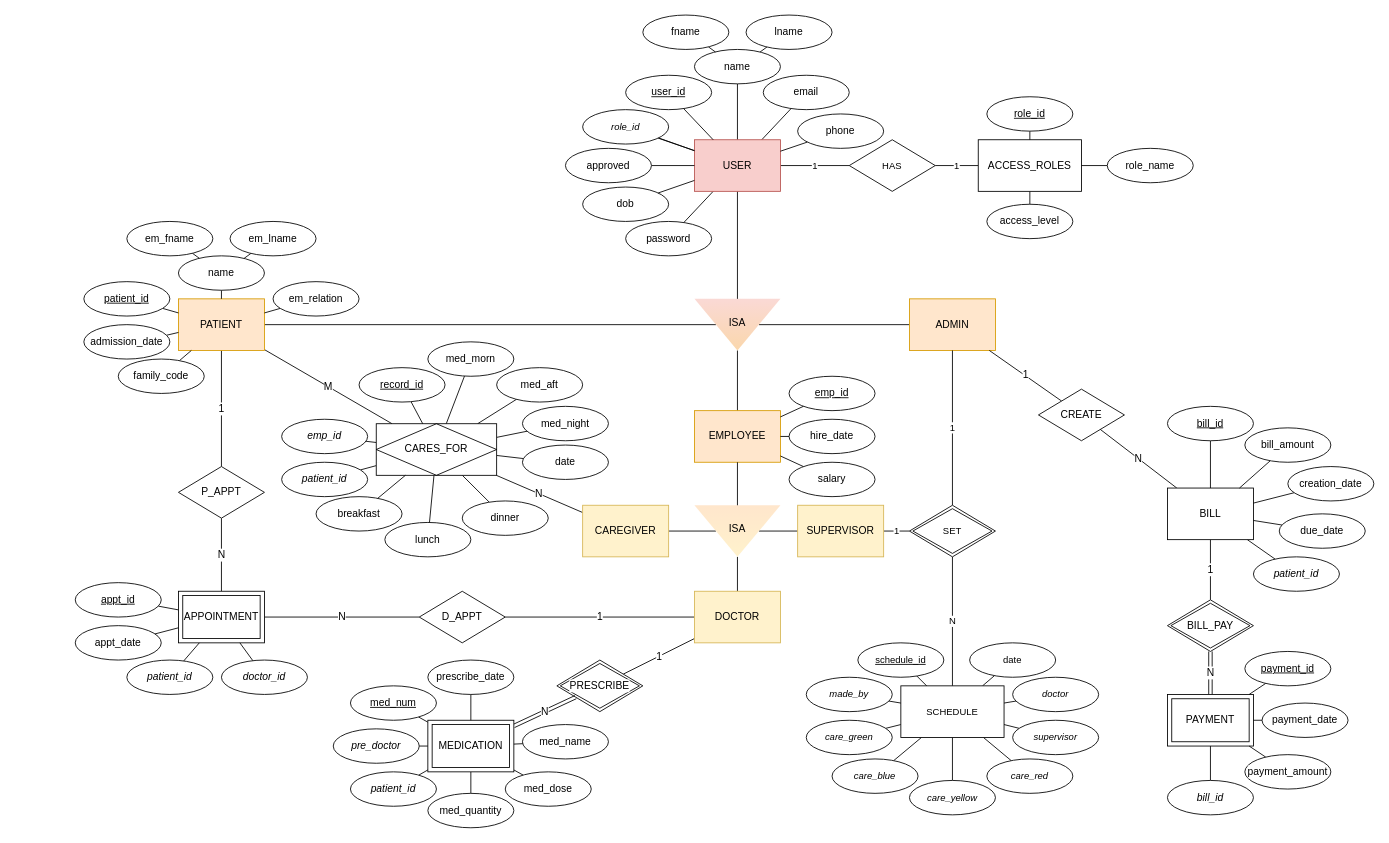
Before: page "Page-1" (1 of 2) of ERD.drawio in emott13/aegis, a draw.io diagram. Source tidied: cells renumbered, new cells numbered last; positions are measured from the earlier drawing's top-left corner, leaving out a move shared by most shapes. Both pictures are drawn from the tidied source at 86%, with x=0, y=0 at pixel (75, 15).
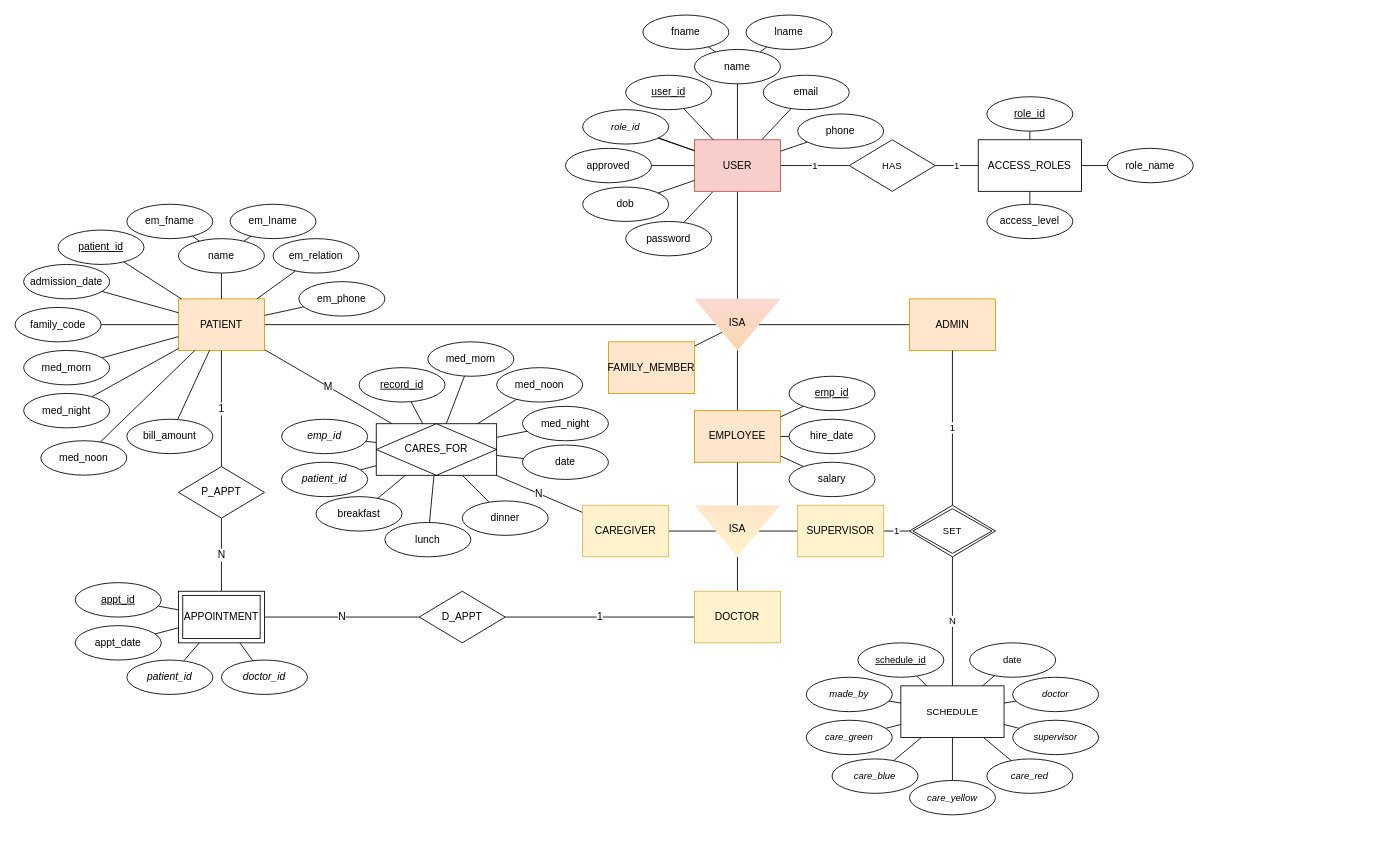
After the change.

Commit message (it also covers changes not shown here):
removed MEDICATION, BILL, and PAYMENT tables due to smaller scale of project

The change refers to these unchanged cells:
```xml
<mxCell id="5" value="ISA" style="triangle;whiteSpace=wrap;html=1;direction=south;spacingBottom=4;fillColor=#fad9d5;gradientDirection=east;strokeColor=none;gradientColor=#FAD7AC;" parent="1" vertex="1">
  <mxGeometry x="720" y="330" width="100" height="60" as="geometry" />
</mxCell>
<mxCell id="6" value="ADMIN" style="whiteSpace=wrap;html=1;align=center;fillColor=#ffe6cc;strokeColor=#d79b00;" parent="1" vertex="1">
  <mxGeometry x="970" y="330" width="100" height="60" as="geometry" />
</mxCell>
<mxCell id="13" value="DOCTOR" style="whiteSpace=wrap;html=1;align=center;fillColor=#fff2cc;strokeColor=#d6b656;" parent="1" vertex="1">
  <mxGeometry x="720" y="670" width="100" height="60" as="geometry" />
</mxCell>
<mxCell id="74" value="PATIENT" style="whiteSpace=wrap;html=1;align=center;fillColor=#ffe6cc;strokeColor=#d79b00;" parent="1" vertex="1">
  <mxGeometry x="120" y="330" width="100" height="60" as="geometry" />
</mxCell>
```

The edit, as a diff of the source:
```diff
@@
+    <mxCell id="177" style="edgeStyle=none;shape=connector;rounded=1;html=1;strokeColor=default;align=center;verticalAlign=middle;fontFamily=Helvetica;fontSize=11;fontColor=default;labelBackgroundColor=default;endArrow=none;endFill=0;" parent="1" edge="1" source="5" target="184">
+      <mxGeometry relative="1" as="geometry" />
+    </mxCell>
@@
-    <mxCell id="12" value="1" style="edgeStyle=none;shape=connector;rounded=0;jettySize=auto;html=1;strokeColor=default;align=center;verticalAlign=middle;fontFamily=Helvetica;fontSize=12;fontColor=default;labelBackgroundColor=default;endArrow=none;endFill=0;" parent="1" edge="1" source="13" target="26">
-      <mxGeometry relative="1" as="geometry" />
-    </mxCell>
@@
-    <mxCell id="16" value="1" style="edgeStyle=none;shape=connector;rounded=0;jettySize=auto;html=1;strokeColor=default;align=center;verticalAlign=middle;fontFamily=Helvetica;fontSize=12;fontColor=default;labelBackgroundColor=default;endArrow=none;endFill=0;" parent="1" edge="1" source="6" target="20">
-      <mxGeometry relative="1" as="geometry" />
-    </mxCell>
@@
-    <mxCell id="20" value="CREATE" style="shape=rhombus;perimeter=rhombusPerimeter;whiteSpace=wrap;html=1;align=center;strokeColor=default;verticalAlign=middle;fontFamily=Helvetica;fontSize=12;fontColor=default;fillColor=default;" parent="1" vertex="1">
-      <mxGeometry x="1120" y="435" width="100" height="60" as="geometry" />
-    </mxCell>
@@
-    <mxCell id="26" value="PRESCRIBE" style="shape=rhombus;double=1;perimeter=rhombusPerimeter;whiteSpace=wrap;html=1;align=center;strokeColor=default;verticalAlign=middle;fontFamily=Helvetica;fontSize=12;fontColor=default;labelBackgroundColor=default;fillColor=default;" parent="1" vertex="1">
-      <mxGeometry x="560" y="750" width="100" height="60" as="geometry" />
-    </mxCell>
-    <mxCell id="27" value="N" style="edgeStyle=none;shape=link;rounded=0;jettySize=auto;html=1;strokeColor=default;align=center;verticalAlign=middle;fontFamily=Helvetica;fontSize=12;fontColor=default;labelBackgroundColor=default;endArrow=none;endFill=0;" parent="1" edge="1" source="118" target="26">
-      <mxGeometry relative="1" as="geometry" />
-    </mxCell>
-    <mxCell id="28" value="1" style="edgeStyle=none;shape=connector;rounded=0;jettySize=auto;html=1;strokeColor=default;align=center;verticalAlign=middle;fontFamily=Helvetica;fontSize=12;fontColor=default;labelBackgroundColor=default;endArrow=none;endFill=0;" parent="1" edge="1" source="30" target="132">
-      <mxGeometry relative="1" as="geometry" />
-    </mxCell>
-    <mxCell id="29" value="N" style="edgeStyle=none;shape=link;rounded=0;jettySize=auto;html=1;strokeColor=default;align=center;verticalAlign=middle;fontFamily=Helvetica;fontSize=12;fontColor=default;labelBackgroundColor=default;endArrow=none;endFill=0;" parent="1" edge="1" source="30" target="86">
-      <mxGeometry relative="1" as="geometry" />
-    </mxCell>
-    <mxCell id="30" value="BILL_PAY" style="shape=rhombus;double=1;perimeter=rhombusPerimeter;whiteSpace=wrap;html=1;align=center;strokeColor=default;verticalAlign=middle;fontFamily=Helvetica;fontSize=12;fontColor=default;labelBackgroundColor=default;fillColor=default;" parent="1" vertex="1">
-      <mxGeometry x="1270" y="680" width="100" height="60" as="geometry" />
-    </mxCell>
@@
-    <mxCell id="45" value="med_aft" style="ellipse;whiteSpace=wrap;html=1;align=center;" parent="1" vertex="1">
+    <mxCell id="45" value="med_noon" style="ellipse;whiteSpace=wrap;html=1;align=center;" parent="1" vertex="1">
       <mxGeometry x="490" y="410" width="100" height="40" as="geometry" />
     </mxCell>
@@
     <mxCell id="76" value="family_code" style="ellipse;whiteSpace=wrap;html=1;align=center;strokeColor=default;verticalAlign=middle;fontFamily=Helvetica;fontSize=12;fontColor=default;labelBackgroundColor=default;fillColor=default;" parent="1" vertex="1">
-      <mxGeometry x="50" y="400" width="100" height="40" as="geometry" />
+      <mxGeometry x="-70" y="340" width="100" height="40" as="geometry" />
     </mxCell>
@@
     <mxCell id="78" value="em_fname" style="ellipse;whiteSpace=wrap;html=1;align=center;strokeColor=default;verticalAlign=middle;fontFamily=Helvetica;fontSize=12;fontColor=default;labelBackgroundColor=default;fillColor=default;" parent="1" vertex="1">
-      <mxGeometry x="60" y="240" width="100" height="40" as="geometry" />
+      <mxGeometry x="60" y="220" width="100" height="40" as="geometry" />
     </mxCell>
@@
     <mxCell id="80" value="em_relation" style="ellipse;whiteSpace=wrap;html=1;align=center;strokeColor=default;verticalAlign=middle;fontFamily=Helvetica;fontSize=12;fontColor=default;labelBackgroundColor=default;fillColor=default;" parent="1" vertex="1">
-      <mxGeometry x="230" y="310" width="100" height="40" as="geometry" />
+      <mxGeometry x="230" y="260" width="100" height="40" as="geometry" />
     </mxCell>
@@
     <mxCell id="82" value="patient_id" style="ellipse;whiteSpace=wrap;html=1;align=center;strokeColor=default;verticalAlign=middle;fontFamily=Helvetica;fontSize=12;fontColor=default;labelBackgroundColor=default;fillColor=default;fontStyle=4;" parent="1" vertex="1">
-      <mxGeometry x="10" y="310" width="100" height="40" as="geometry" />
+      <mxGeometry x="-20" y="250" width="100" height="40" as="geometry" />
     </mxCell>
@@
     <mxCell id="84" value="admission_date" style="ellipse;whiteSpace=wrap;html=1;align=center;strokeColor=default;verticalAlign=middle;fontFamily=Helvetica;fontSize=12;fontColor=default;labelBackgroundColor=default;fillColor=default;" parent="1" vertex="1">
-      <mxGeometry x="10" y="360" width="100" height="40" as="geometry" />
+      <mxGeometry x="-60" y="290" width="100" height="40" as="geometry" />
     </mxCell>
     <mxCell id="85" value="em_lname" style="ellipse;whiteSpace=wrap;html=1;align=center;strokeColor=default;verticalAlign=middle;fontFamily=Helvetica;fontSize=12;fontColor=default;labelBackgroundColor=default;fillColor=default;" parent="1" vertex="1">
-      <mxGeometry x="180" y="240" width="100" height="40" as="geometry" />
+      <mxGeometry x="180" y="220" width="100" height="40" as="geometry" />
     </mxCell>
-    <mxCell id="86" value="PAYMENT" style="shape=ext;margin=3;double=1;whiteSpace=wrap;html=1;align=center;strokeColor=default;verticalAlign=middle;fontFamily=Helvetica;fontSize=12;fontColor=default;labelBackgroundColor=default;fillColor=default;" parent="1" vertex="1">
-      <mxGeometry x="1270" y="790" width="100" height="60" as="geometry" />
-    </mxCell>
-    <mxCell id="87" style="edgeStyle=none;shape=connector;rounded=1;html=1;strokeColor=default;align=center;verticalAlign=middle;fontFamily=Helvetica;fontSize=11;fontColor=default;labelBackgroundColor=default;endArrow=none;endFill=0;" parent="1" edge="1" source="88" target="86">
-      <mxGeometry relative="1" as="geometry" />
-    </mxCell>
-    <mxCell id="88" value="payment_id" style="ellipse;whiteSpace=wrap;html=1;align=center;strokeColor=default;verticalAlign=middle;fontFamily=Helvetica;fontSize=12;fontColor=default;labelBackgroundColor=default;fillColor=default;fontStyle=4;" parent="1" vertex="1">
-      <mxGeometry x="1360" y="740" width="100" height="40" as="geometry" />
-    </mxCell>
-    <mxCell id="89" style="edgeStyle=none;shape=connector;rounded=1;html=1;strokeColor=default;align=center;verticalAlign=middle;fontFamily=Helvetica;fontSize=11;fontColor=default;labelBackgroundColor=default;endArrow=none;endFill=0;" parent="1" edge="1" source="90" target="86">
-      <mxGeometry relative="1" as="geometry" />
-    </mxCell>
-    <mxCell id="90" value="bill_id" style="ellipse;whiteSpace=wrap;html=1;align=center;strokeColor=default;verticalAlign=middle;fontFamily=Helvetica;fontSize=12;fontColor=default;labelBackgroundColor=default;fillColor=default;fontStyle=2;" parent="1" vertex="1">
-      <mxGeometry x="1270" y="890" width="100" height="40" as="geometry" />
-    </mxCell>
-    <mxCell id="91" style="edgeStyle=none;shape=connector;rounded=1;html=1;strokeColor=default;align=center;verticalAlign=middle;fontFamily=Helvetica;fontSize=11;fontColor=default;labelBackgroundColor=default;endArrow=none;endFill=0;" parent="1" edge="1" source="92" target="86">
-      <mxGeometry relative="1" as="geometry" />
-    </mxCell>
-    <mxCell id="92" value="payment_amount" style="ellipse;whiteSpace=wrap;html=1;align=center;strokeColor=default;verticalAlign=middle;fontFamily=Helvetica;fontSize=12;fontColor=default;labelBackgroundColor=default;fillColor=default;" parent="1" vertex="1">
-      <mxGeometry x="1360" y="860" width="100" height="40" as="geometry" />
-    </mxCell>
-    <mxCell id="93" style="edgeStyle=none;shape=connector;rounded=1;html=1;strokeColor=default;align=center;verticalAlign=middle;fontFamily=Helvetica;fontSize=11;fontColor=default;labelBackgroundColor=default;endArrow=none;endFill=0;" parent="1" edge="1" source="94" target="86">
-      <mxGeometry relative="1" as="geometry" />
-    </mxCell>
-    <mxCell id="94" value="payment_date" style="ellipse;whiteSpace=wrap;html=1;align=center;strokeColor=default;verticalAlign=middle;fontFamily=Helvetica;fontSize=12;fontColor=default;labelBackgroundColor=default;fillColor=default;fontStyle=0;" parent="1" vertex="1">
-      <mxGeometry x="1380" y="800" width="100" height="40" as="geometry" />
-    </mxCell>
@@
-    <mxCell id="115" style="edgeStyle=none;shape=connector;rounded=0;jettySize=auto;html=1;strokeColor=default;align=center;verticalAlign=middle;fontFamily=Helvetica;fontSize=12;fontColor=default;labelBackgroundColor=default;endArrow=none;endFill=0;" parent="1" edge="1" source="118" target="119">
-      <mxGeometry relative="1" as="geometry" />
-    </mxCell>
-    <mxCell id="116" style="edgeStyle=none;shape=connector;rounded=0;jettySize=auto;html=1;strokeColor=default;align=center;verticalAlign=middle;fontFamily=Helvetica;fontSize=12;fontColor=default;labelBackgroundColor=default;endArrow=none;endFill=0;" parent="1" edge="1" source="118" target="121">
-      <mxGeometry relative="1" as="geometry" />
-    </mxCell>
-    <mxCell id="117" style="edgeStyle=none;shape=connector;rounded=0;jettySize=auto;html=1;strokeColor=default;align=center;verticalAlign=middle;fontFamily=Helvetica;fontSize=12;fontColor=default;labelBackgroundColor=default;endArrow=none;endFill=0;" parent="1" edge="1" source="118" target="123">
-      <mxGeometry relative="1" as="geometry" />
-    </mxCell>
-    <mxCell id="118" value="MEDICATION" style="shape=ext;margin=3;double=1;whiteSpace=wrap;html=1;align=center;strokeColor=default;verticalAlign=middle;fontFamily=Helvetica;fontSize=12;fontColor=default;labelBackgroundColor=default;fillColor=default;" parent="1" vertex="1">
-      <mxGeometry x="410" y="820" width="100" height="60" as="geometry" />
-    </mxCell>
-    <mxCell id="119" value="&lt;u&gt;med_num&lt;/u&gt;" style="ellipse;whiteSpace=wrap;html=1;align=center;strokeColor=default;verticalAlign=middle;fontFamily=Helvetica;fontSize=12;fontColor=default;labelBackgroundColor=default;fillColor=default;" parent="1" vertex="1">
-      <mxGeometry x="320" y="780" width="100" height="40" as="geometry" />
-    </mxCell>
-    <mxCell id="120" value="med_name" style="ellipse;whiteSpace=wrap;html=1;align=center;strokeColor=default;verticalAlign=middle;fontFamily=Helvetica;fontSize=12;fontColor=default;labelBackgroundColor=default;fillColor=default;" parent="1" vertex="1">
-      <mxGeometry x="520" y="825" width="100" height="40" as="geometry" />
-    </mxCell>
-    <mxCell id="121" value="med_dose" style="ellipse;whiteSpace=wrap;html=1;align=center;strokeColor=default;verticalAlign=middle;fontFamily=Helvetica;fontSize=12;fontColor=default;labelBackgroundColor=default;fillColor=default;" parent="1" vertex="1">
-      <mxGeometry x="500" y="880" width="100" height="40" as="geometry" />
-    </mxCell>
-    <mxCell id="122" style="edgeStyle=none;shape=connector;rounded=0;jettySize=auto;html=1;strokeColor=default;align=center;verticalAlign=middle;fontFamily=Helvetica;fontSize=12;fontColor=default;labelBackgroundColor=default;endArrow=none;endFill=0;" parent="1" edge="1" source="118" target="120">
-      <mxGeometry relative="1" as="geometry" />
-    </mxCell>
-    <mxCell id="123" value="med_quantity" style="ellipse;whiteSpace=wrap;html=1;align=center;strokeColor=default;verticalAlign=middle;fontFamily=Helvetica;fontSize=12;fontColor=default;labelBackgroundColor=default;fillColor=default;" parent="1" vertex="1">
-      <mxGeometry x="410" y="905" width="100" height="40" as="geometry" />
-    </mxCell>
-    <mxCell id="124" style="edgeStyle=none;shape=connector;rounded=0;jettySize=auto;html=1;strokeColor=default;align=center;verticalAlign=middle;fontFamily=Helvetica;fontSize=12;fontColor=default;labelBackgroundColor=default;endArrow=none;endFill=0;" parent="1" edge="1" source="125" target="118">
-      <mxGeometry relative="1" as="geometry" />
-    </mxCell>
-    <mxCell id="125" value="patient_id" style="ellipse;whiteSpace=wrap;html=1;align=center;strokeColor=default;verticalAlign=middle;fontFamily=Helvetica;fontSize=12;fontColor=default;labelBackgroundColor=default;fillColor=default;fontStyle=2;" parent="1" vertex="1">
-      <mxGeometry x="320" y="880" width="100" height="40" as="geometry" />
-    </mxCell>
-    <mxCell id="126" style="rounded=0;jettySize=auto;html=1;endArrow=none;endFill=0;" parent="1" edge="1" source="127" target="118">
-      <mxGeometry relative="1" as="geometry" />
-    </mxCell>
-    <mxCell id="127" value="pre_doctor" style="ellipse;whiteSpace=wrap;html=1;align=center;strokeColor=default;verticalAlign=middle;fontFamily=Helvetica;fontSize=12;fontColor=default;labelBackgroundColor=default;fillColor=default;fontStyle=2;" parent="1" vertex="1">
-      <mxGeometry x="300" y="830" width="100" height="40" as="geometry" />
-    </mxCell>
-    <mxCell id="128" style="edgeStyle=none;shape=connector;rounded=1;html=1;strokeColor=default;align=center;verticalAlign=middle;fontFamily=Helvetica;fontSize=11;fontColor=default;labelBackgroundColor=default;endArrow=none;endFill=0;" parent="1" edge="1" source="129" target="118">
-      <mxGeometry relative="1" as="geometry" />
-    </mxCell>
-    <mxCell id="129" value="&lt;span style=&quot;font-style: normal;&quot;&gt;prescribe_date&lt;/span&gt;" style="ellipse;whiteSpace=wrap;html=1;align=center;strokeColor=default;verticalAlign=middle;fontFamily=Helvetica;fontSize=12;fontColor=default;labelBackgroundColor=default;fillColor=default;fontStyle=2;" parent="1" vertex="1">
-      <mxGeometry x="410" y="750" width="100" height="40" as="geometry" />
-    </mxCell>
-    <mxCell id="130" value="N" style="edgeStyle=none;shape=connector;rounded=0;jettySize=auto;html=1;strokeColor=default;align=center;verticalAlign=middle;fontFamily=Helvetica;fontSize=12;fontColor=default;labelBackgroundColor=default;endArrow=none;endFill=0;" parent="1" edge="1" source="20" target="132">
-      <mxGeometry relative="1" as="geometry" />
-    </mxCell>
-    <mxCell id="131" style="rounded=0;jettySize=auto;html=1;endArrow=none;endFill=0;" parent="1" edge="1" source="132" target="137">
-      <mxGeometry relative="1" as="geometry" />
-    </mxCell>
-    <mxCell id="132" value="BILL" style="whiteSpace=wrap;html=1;align=center;" parent="1" vertex="1">
-      <mxGeometry x="1270" y="550" width="100" height="60" as="geometry" />
-    </mxCell>
-    <mxCell id="133" style="edgeStyle=none;shape=connector;rounded=0;jettySize=auto;html=1;strokeColor=default;align=center;verticalAlign=middle;fontFamily=Helvetica;fontSize=11;fontColor=default;labelBackgroundColor=default;endArrow=none;endFill=0;" parent="1" edge="1" source="134" target="132">
-      <mxGeometry relative="1" as="geometry" />
-    </mxCell>
-    <mxCell id="134" value="bill_id" style="ellipse;whiteSpace=wrap;html=1;align=center;strokeColor=default;verticalAlign=middle;fontFamily=Helvetica;fontSize=12;fontColor=default;labelBackgroundColor=default;fillColor=default;fontStyle=4;" parent="1" vertex="1">
-      <mxGeometry x="1270" y="455" width="100" height="40" as="geometry" />
-    </mxCell>
-    <mxCell id="135" style="edgeStyle=none;shape=connector;rounded=0;jettySize=auto;html=1;strokeColor=default;align=center;verticalAlign=middle;fontFamily=Helvetica;fontSize=11;fontColor=default;labelBackgroundColor=default;endArrow=none;endFill=0;" parent="1" edge="1" source="136" target="132">
-      <mxGeometry relative="1" as="geometry" />
-    </mxCell>
-    <mxCell id="136" value="bill_amount" style="ellipse;whiteSpace=wrap;html=1;align=center;strokeColor=default;verticalAlign=middle;fontFamily=Helvetica;fontSize=12;fontColor=default;labelBackgroundColor=default;fillColor=default;" parent="1" vertex="1">
-      <mxGeometry x="1360" y="480" width="100" height="40" as="geometry" />
-    </mxCell>
-    <mxCell id="137" value="patient_id" style="ellipse;whiteSpace=wrap;html=1;align=center;strokeColor=default;verticalAlign=middle;fontFamily=Helvetica;fontSize=12;fontColor=default;labelBackgroundColor=default;fillColor=default;fontStyle=2;" parent="1" vertex="1">
-      <mxGeometry x="1370" y="630" width="100" height="40" as="geometry" />
-    </mxCell>
-    <mxCell id="138" style="edgeStyle=none;shape=connector;rounded=1;html=1;strokeColor=default;align=center;verticalAlign=middle;fontFamily=Helvetica;fontSize=11;fontColor=default;labelBackgroundColor=default;endArrow=none;endFill=0;" parent="1" edge="1" source="139" target="132">
-      <mxGeometry relative="1" as="geometry" />
-    </mxCell>
-    <mxCell id="139" value="creation_date" style="ellipse;whiteSpace=wrap;html=1;align=center;strokeColor=default;verticalAlign=middle;fontFamily=Helvetica;fontSize=12;fontColor=default;labelBackgroundColor=default;fillColor=default;" parent="1" vertex="1">
-      <mxGeometry x="1410" y="525" width="100" height="40" as="geometry" />
-    </mxCell>
-    <mxCell id="140" style="edgeStyle=none;shape=connector;rounded=1;html=1;strokeColor=default;align=center;verticalAlign=middle;fontFamily=Helvetica;fontSize=11;fontColor=default;labelBackgroundColor=default;endArrow=none;endFill=0;" parent="1" edge="1" source="141" target="132">
-      <mxGeometry relative="1" as="geometry" />
-    </mxCell>
-    <mxCell id="141" value="due_date" style="ellipse;whiteSpace=wrap;html=1;align=center;strokeColor=default;verticalAlign=middle;fontFamily=Helvetica;fontSize=12;fontColor=default;labelBackgroundColor=default;fillColor=default;" parent="1" vertex="1">
-      <mxGeometry x="1400" y="580" width="100" height="40" as="geometry" />
-    </mxCell>
@@
     <mxCell id="174" value="name" style="ellipse;whiteSpace=wrap;html=1;align=center;strokeColor=default;verticalAlign=middle;fontFamily=Helvetica;fontSize=12;fontColor=default;labelBackgroundColor=default;fillColor=default;" parent="1" vertex="1">
-      <mxGeometry x="120" y="280" width="100" height="40" as="geometry" />
+      <mxGeometry x="120" y="260" width="100" height="40" as="geometry" />
     </mxCell>
@@
+    <mxCell id="178" style="edgeStyle=none;shape=connector;rounded=1;html=1;strokeColor=default;align=center;verticalAlign=middle;fontFamily=Helvetica;fontSize=11;fontColor=default;labelBackgroundColor=default;endArrow=none;endFill=0;" parent="1" edge="1" source="179" target="74">
+      <mxGeometry relative="1" as="geometry" />
+    </mxCell>
+    <mxCell id="179" value="med_morn" style="ellipse;whiteSpace=wrap;html=1;align=center;" parent="1" vertex="1">
+      <mxGeometry x="-60" y="390" width="100" height="40" as="geometry" />
+    </mxCell>
+    <mxCell id="180" style="edgeStyle=none;html=1;endArrow=none;endFill=0;" parent="1" edge="1" source="181" target="74">
+      <mxGeometry relative="1" as="geometry" />
+    </mxCell>
+    <mxCell id="181" value="med_noon" style="ellipse;whiteSpace=wrap;html=1;align=center;" parent="1" vertex="1">
+      <mxGeometry x="-40" y="495" width="100" height="40" as="geometry" />
+    </mxCell>
+    <mxCell id="182" style="edgeStyle=none;shape=connector;rounded=1;html=1;strokeColor=default;align=center;verticalAlign=middle;fontFamily=Helvetica;fontSize=11;fontColor=default;labelBackgroundColor=default;endArrow=none;endFill=0;" parent="1" edge="1" source="183" target="74">
+      <mxGeometry relative="1" as="geometry" />
+    </mxCell>
+    <mxCell id="183" value="med_night" style="ellipse;whiteSpace=wrap;html=1;align=center;" parent="1" vertex="1">
+      <mxGeometry x="-60" y="440" width="100" height="40" as="geometry" />
+    </mxCell>
+    <mxCell id="184" value="FAMILY_MEMBER" style="whiteSpace=wrap;html=1;align=center;fillColor=#ffe6cc;strokeColor=#d79b00;" parent="1" vertex="1">
+      <mxGeometry x="620" y="380" width="100" height="60" as="geometry" />
+    </mxCell>
+    <mxCell id="185" style="edgeStyle=none;shape=connector;rounded=1;html=1;strokeColor=default;align=center;verticalAlign=middle;fontFamily=Helvetica;fontSize=11;fontColor=default;labelBackgroundColor=default;endArrow=none;endFill=0;" parent="1" edge="1" source="186" target="74">
+      <mxGeometry relative="1" as="geometry" />
+    </mxCell>
+    <mxCell id="186" value="em_phone" style="ellipse;whiteSpace=wrap;html=1;align=center;strokeColor=default;verticalAlign=middle;fontFamily=Helvetica;fontSize=12;fontColor=default;labelBackgroundColor=default;fillColor=default;" parent="1" vertex="1">
+      <mxGeometry x="260" y="310" width="100" height="40" as="geometry" />
+    </mxCell>
+    <mxCell id="187" style="edgeStyle=none;shape=connector;rounded=1;html=1;strokeColor=default;align=center;verticalAlign=middle;fontFamily=Helvetica;fontSize=11;fontColor=default;labelBackgroundColor=default;endArrow=none;endFill=0;" parent="1" edge="1" source="136" target="74">
+      <mxGeometry relative="1" as="geometry" />
+    </mxCell>
+    <mxCell id="136" value="bill_amount" style="ellipse;whiteSpace=wrap;html=1;align=center;strokeColor=default;verticalAlign=middle;fontFamily=Helvetica;fontSize=12;fontColor=default;labelBackgroundColor=default;fillColor=default;" parent="1" vertex="1">
+      <mxGeometry x="60" y="470" width="100" height="40" as="geometry" />
+    </mxCell>
```
